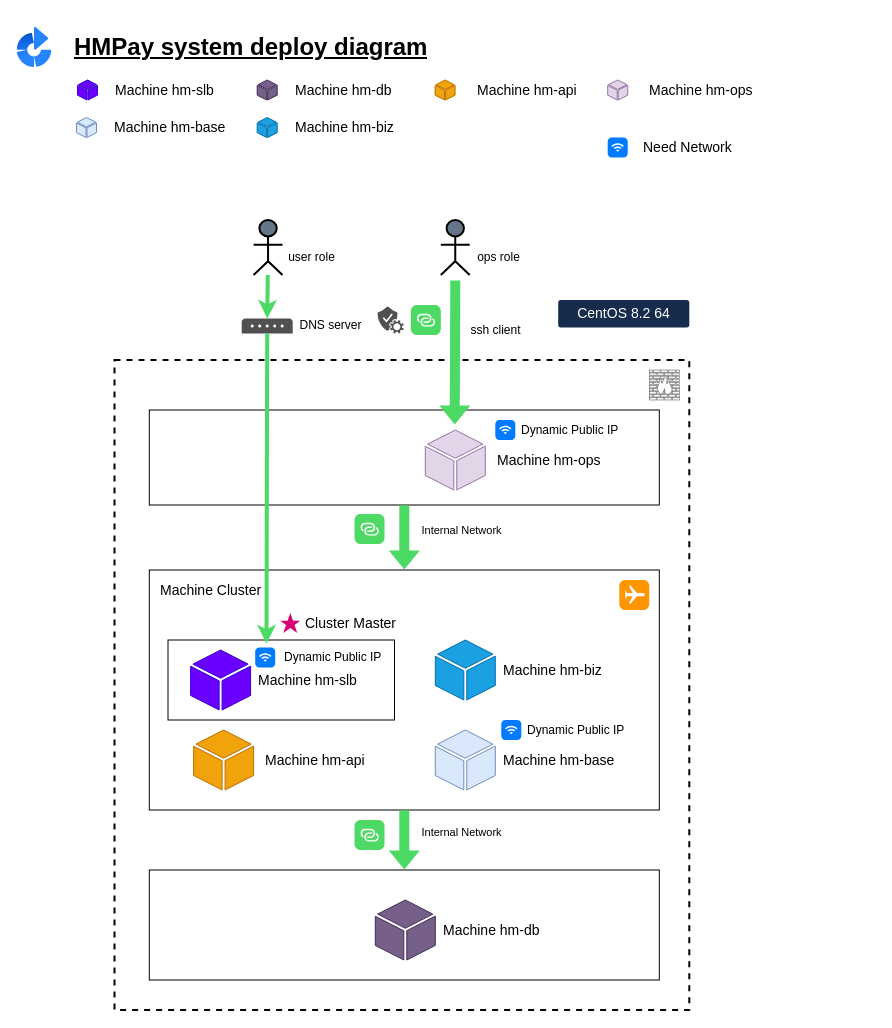
The draw.io diagram page "Page-2" (2 of 3) of docs/design.drawio in hmpay/devops, before the edit. Source tidied: cells renumbered, new cells numbered last; positions are measured from the earlier drawing's top-left corner, leaving out a move shared by most shapes. Both pictures are drawn from the tidied source at 100%, with x=0, y=0 at pixel (17, 27).
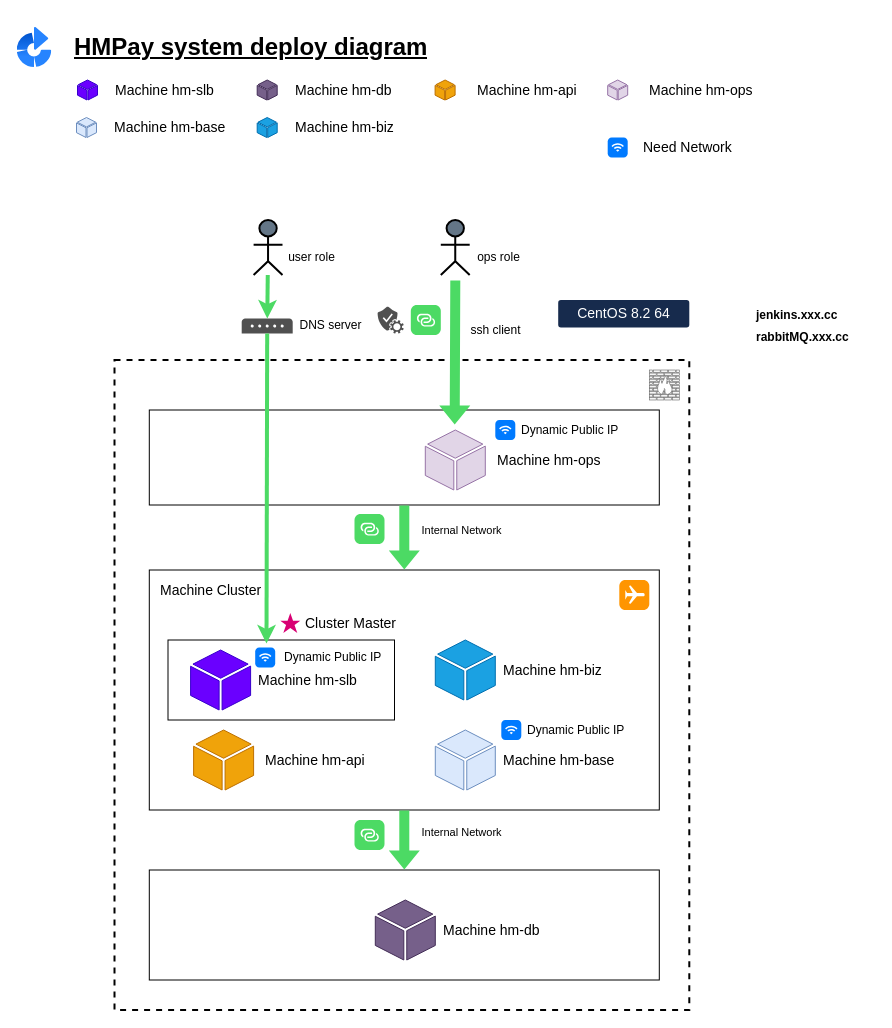
Above is the later version.

Change to the diagram source:
```diff
@@
+    <mxCell id="65" value="jenkins.xxx.cc" style="text;html=1;strokeColor=none;fillColor=none;align=left;verticalAlign=middle;whiteSpace=wrap;rounded=0;fontStyle=1;" parent="1" vertex="1">
+      <mxGeometry x="737" y="278" width="120" height="20" as="geometry" />
+    </mxCell>
+    <mxCell id="66" value="rabbitMQ.xxx.cc" style="text;html=1;strokeColor=none;fillColor=none;align=left;verticalAlign=middle;whiteSpace=wrap;rounded=0;fontStyle=1;" parent="1" vertex="1">
+      <mxGeometry x="737" y="300" width="120" height="20" as="geometry" />
+    </mxCell>
```
